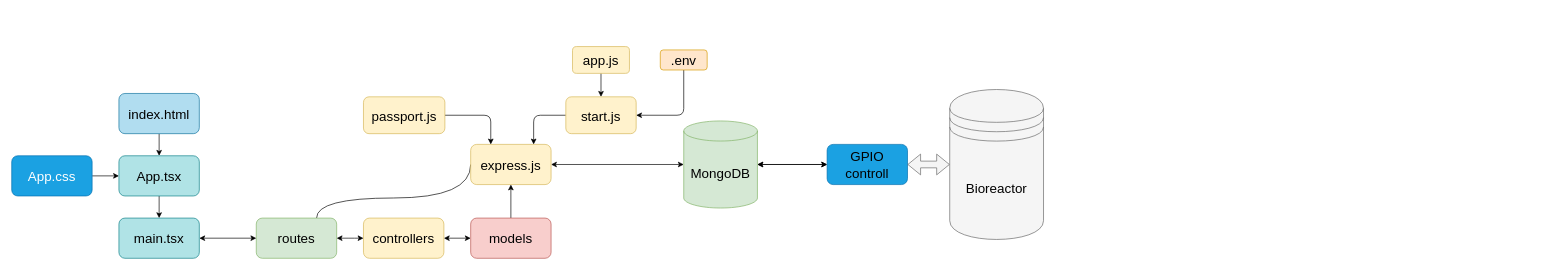
Before: blueprints/backendSoftwareDesign.drawio in MelcherMate/Bioversee_Webapp, a draw.io diagram. Source tidied: cells renumbered, new cells numbered last; positions are measured from the earlier drawing's top-left corner, leaving out a move shared by most shapes. Both pictures are drawn from the tidied source at 67%, with x=0, y=0 at pixel (11, 46).
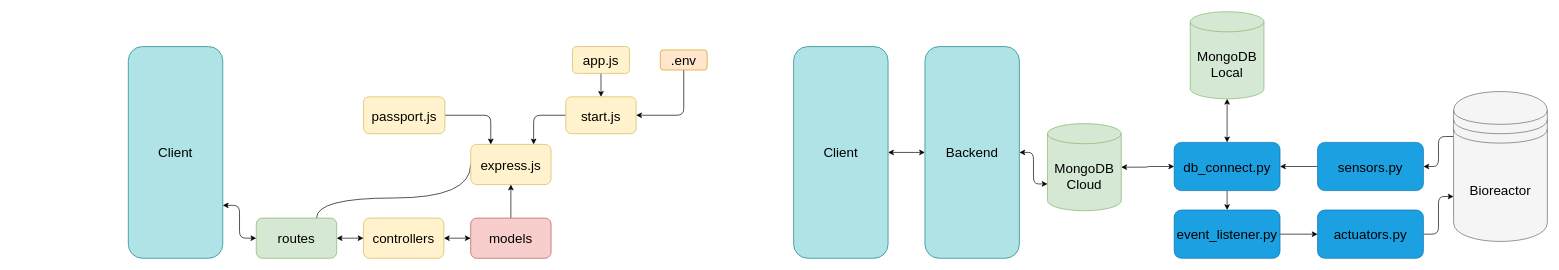
The same diagram, later.

Unchanged cells that the change refers to:
```xml
<mxCell id="4" value="express.js" style="rounded=1;whiteSpace=wrap;html=1;hachureGap=4;fontFamily=Helvetica;fontSize=20;labelBackgroundColor=none;shadow=0;fillColor=#fff2cc;strokeColor=#d6b656;fontColor=#000000;" parent="1" vertex="1">
  <mxGeometry x="685" y="146" width="120" height="60" as="geometry" />
</mxCell>
<mxCell id="18" value="routes" style="rounded=1;whiteSpace=wrap;html=1;hachureGap=4;fontFamily=Helvetica;fontSize=20;labelBackgroundColor=none;shadow=0;fillColor=#d5e8d4;strokeColor=#82b366;fontColor=#000000;" parent="1" vertex="1">
  <mxGeometry x="365" y="256" width="120" height="60" as="geometry" />
</mxCell>
```

What changed in the source:
```diff
@@
-    <mxCell id="3" style="edgeStyle=orthogonalEdgeStyle;html=1;exitX=1;exitY=0.5;exitDx=0;exitDy=0;entryX=0;entryY=0.5;entryDx=0;entryDy=0;entryPerimeter=0;strokeColor=#000000;fontColor=#000000;startArrow=classic;startFill=1;endArrow=classic;endFill=1;" parent="1" edge="1" source="4" target="12">
-      <mxGeometry relative="1" as="geometry" />
-    </mxCell>
@@
-    <mxCell id="11" style="edgeStyle=none;html=1;strokeColor=#000000;startArrow=classic;startFill=1;" parent="1" edge="1" source="12" target="20">
-      <mxGeometry relative="1" as="geometry" />
-    </mxCell>
+    <mxCell id="33" style="edgeStyle=orthogonalEdgeStyle;rounded=1;sketch=0;hachureGap=4;jiggle=2;curveFitting=1;html=1;exitX=1;exitY=0.5;exitDx=0;exitDy=0;exitPerimeter=0;entryX=0;entryY=0.5;entryDx=0;entryDy=0;strokeColor=#000000;fontFamily=Architects Daughter;fontSize=46;fontColor=#000000;startArrow=classic;startFill=1;" parent="1" edge="1" source="12" target="39">
+      <mxGeometry relative="1" as="geometry" />
+    </mxCell>
-    <mxCell id="12" value="MongoDB" style="shape=cylinder3;whiteSpace=wrap;html=1;boundedLbl=1;backgroundOutline=1;size=15;hachureGap=4;fontFamily=Helvetica;fontSize=20;labelBackgroundColor=none;shadow=0;fillColor=#d5e8d4;strokeColor=#82b366;fontColor=#000000;" parent="1" vertex="1">
-      <mxGeometry x="1003" y="111" width="110" height="130" as="geometry" />
+    <mxCell id="12" value="MongoDB Cloud" style="shape=cylinder3;whiteSpace=wrap;html=1;boundedLbl=1;backgroundOutline=1;size=15;hachureGap=4;fontFamily=Helvetica;fontSize=20;labelBackgroundColor=none;shadow=0;fillColor=#d5e8d4;strokeColor=#82b366;fontColor=#000000;" parent="1" vertex="1">
+      <mxGeometry x="1546" y="115" width="110" height="130" as="geometry" />
     </mxCell>
@@
+    <mxCell id="34" style="edgeStyle=orthogonalEdgeStyle;rounded=1;sketch=0;hachureGap=4;jiggle=2;curveFitting=1;html=1;exitX=0;exitY=0.5;exitDx=0;exitDy=0;entryX=1;entryY=0.75;entryDx=0;entryDy=0;strokeColor=#000000;fontFamily=Architects Daughter;fontSize=16;startArrow=classic;startFill=1;" parent="1" edge="1" source="18" target="26">
+      <mxGeometry relative="1" as="geometry" />
+    </mxCell>
@@
-    <mxCell id="19" style="edgeStyle=none;hachureGap=4;html=1;exitX=1;exitY=0.5;exitDx=0;exitDy=0;entryX=0;entryY=0.5;entryDx=0;entryDy=0;fontFamily=Helvetica;fontSize=16;startArrow=classic;startFill=1;fontColor=#000000;labelBackgroundColor=none;shadow=0;fillColor=#f5f5f5;strokeColor=#000000;exitPerimeter=0;" parent="1" edge="1" source="12" target="20">
-      <mxGeometry relative="1" as="geometry" />
-    </mxCell>
+    <mxCell id="35" style="edgeStyle=orthogonalEdgeStyle;rounded=1;sketch=0;hachureGap=4;jiggle=2;curveFitting=1;html=1;exitX=1;exitY=0.5;exitDx=0;exitDy=0;entryX=0;entryY=0.5;entryDx=0;entryDy=0;strokeColor=#000000;fontFamily=Architects Daughter;fontSize=16;" parent="1" edge="1" source="20" target="41">
+      <mxGeometry relative="1" as="geometry" />
+    </mxCell>
-    <mxCell id="20" value="GPIO controll" style="rounded=1;whiteSpace=wrap;html=1;hachureGap=4;fontFamily=Helvetica;fontSize=20;labelBackgroundColor=none;shadow=0;fillColor=#1ba1e2;strokeColor=#006EAF;fontColor=#000000;glass=0;" parent="1" vertex="1">
-      <mxGeometry x="1217" y="146" width="120" height="60" as="geometry" />
+    <mxCell id="20" value="event_listener.py" style="rounded=1;whiteSpace=wrap;html=1;hachureGap=4;fontFamily=Helvetica;fontSize=20;labelBackgroundColor=none;shadow=0;fillColor=#1ba1e2;strokeColor=#006EAF;fontColor=#000000;glass=0;" parent="1" vertex="1">
+      <mxGeometry x="1735" y="244" width="158" height="72" as="geometry" />
     </mxCell>
+    <mxCell id="36" style="edgeStyle=orthogonalEdgeStyle;rounded=1;sketch=0;hachureGap=4;jiggle=2;curveFitting=1;html=1;exitX=0;exitY=0.3;exitDx=0;exitDy=0;entryX=1;entryY=0.5;entryDx=0;entryDy=0;strokeColor=#000000;fontFamily=Architects Daughter;fontSize=16;" parent="1" edge="1" source="21" target="43">
+      <mxGeometry relative="1" as="geometry" />
+    </mxCell>
     <mxCell id="21" value="Bioreactor" style="shape=datastore;whiteSpace=wrap;html=1;hachureGap=4;fontFamily=Helvetica;fontSize=20;labelBackgroundColor=none;shadow=0;fillColor=#f5f5f5;strokeColor=#666666;fontColor=#000000;" parent="1" vertex="1">
-      <mxGeometry x="1400" y="64.1" width="140" height="223.8" as="geometry" />
+      <mxGeometry x="2152" y="67.1" width="140" height="223.8" as="geometry" />
     </mxCell>
-    <mxCell id="22" style="shape=flexArrow;endArrow=classic;html=1;hachureGap=4;fontFamily=Helvetica;fontSize=16;exitX=1;exitY=0.5;exitDx=0;exitDy=0;entryX=0;entryY=0.5;entryDx=0;entryDy=0;fontColor=#000000;labelBackgroundColor=none;shadow=0;fillColor=#f5f5f5;strokeColor=#666666;startArrow=block;" parent="1" edge="1" source="20" target="21">
-      <mxGeometry relative="1" as="geometry" />
-    </mxCell>
-    <mxCell id="23" style="edgeStyle=none;html=1;exitX=0.5;exitY=1;exitDx=0;exitDy=0;entryX=0.5;entryY=0;entryDx=0;entryDy=0;strokeColor=#000000;" parent="1" edge="1" source="24" target="30">
-      <mxGeometry relative="1" as="geometry" />
-    </mxCell>
-    <mxCell id="24" value="index.html" style="rounded=1;whiteSpace=wrap;html=1;hachureGap=4;fontFamily=Helvetica;fontSize=20;labelBackgroundColor=none;shadow=0;fillColor=#b1ddf0;strokeColor=#10739e;fontColor=#000000;" parent="1" vertex="1">
-      <mxGeometry x="160" y="70" width="120" height="60" as="geometry" />
-    </mxCell>
-    <mxCell id="25" style="edgeStyle=none;html=1;exitX=1;exitY=0.5;exitDx=0;exitDy=0;entryX=0;entryY=0.5;entryDx=0;entryDy=0;strokeColor=#000000;startArrow=classic;startFill=1;" parent="1" edge="1" source="26" target="18">
-      <mxGeometry relative="1" as="geometry" />
-    </mxCell>
-    <mxCell id="26" value="main.tsx" style="rounded=1;whiteSpace=wrap;html=1;hachureGap=4;fontFamily=Helvetica;fontSize=20;labelBackgroundColor=none;shadow=0;fillColor=#b0e3e6;strokeColor=#0e8088;fontColor=#000000;" parent="1" vertex="1">
-      <mxGeometry x="160" y="256" width="120" height="60" as="geometry" />
+    <mxCell id="26" value="Client" style="rounded=1;whiteSpace=wrap;html=1;hachureGap=4;fontFamily=Helvetica;fontSize=20;labelBackgroundColor=none;shadow=0;fillColor=#b0e3e6;strokeColor=#0e8088;fontColor=#000000;" parent="1" vertex="1">
+      <mxGeometry x="174" width="141" height="316" as="geometry" />
     </mxCell>
-    <mxCell id="27" style="edgeStyle=none;html=1;exitX=1;exitY=0.5;exitDx=0;exitDy=0;entryX=0;entryY=0.5;entryDx=0;entryDy=0;strokeColor=#000000;" parent="1" edge="1" source="28" target="30">
-      <mxGeometry relative="1" as="geometry" />
-    </mxCell>
-    <mxCell id="28" value="App.css" style="rounded=1;whiteSpace=wrap;html=1;hachureGap=4;fontFamily=Helvetica;fontSize=20;labelBackgroundColor=none;shadow=0;fillColor=#1ba1e2;strokeColor=#006EAF;fontColor=#ffffff;" parent="1" vertex="1">
-      <mxGeometry y="163" width="120" height="60" as="geometry" />
-    </mxCell>
-    <mxCell id="29" style="edgeStyle=none;html=1;exitX=0.5;exitY=1;exitDx=0;exitDy=0;entryX=0.5;entryY=0;entryDx=0;entryDy=0;strokeColor=#000000;" parent="1" edge="1" source="30" target="26">
-      <mxGeometry relative="1" as="geometry" />
-    </mxCell>
-    <mxCell id="30" value="App.tsx" style="rounded=1;whiteSpace=wrap;html=1;hachureGap=4;fontFamily=Helvetica;fontSize=20;labelBackgroundColor=none;shadow=0;fillColor=#b0e3e6;strokeColor=#0e8088;fontColor=#000000;" parent="1" vertex="1">
-      <mxGeometry x="160" y="163" width="120" height="60" as="geometry" />
-    </mxCell>
@@
+    <mxCell id="37" style="edgeStyle=none;rounded=1;sketch=0;hachureGap=4;jiggle=2;curveFitting=1;html=1;exitX=0.5;exitY=1;exitDx=0;exitDy=0;entryX=0.5;entryY=0;entryDx=0;entryDy=0;strokeColor=#000000;fontFamily=Architects Daughter;fontSize=16;" parent="1" edge="1" source="39" target="20">
+      <mxGeometry relative="1" as="geometry" />
+    </mxCell>
+    <mxCell id="38" style="edgeStyle=orthogonalEdgeStyle;rounded=1;sketch=0;hachureGap=4;jiggle=2;curveFitting=1;html=1;exitX=0.5;exitY=0;exitDx=0;exitDy=0;entryX=0.5;entryY=1;entryDx=0;entryDy=0;entryPerimeter=0;strokeColor=#000000;fontFamily=Architects Daughter;fontSize=16;startArrow=classic;startFill=1;" parent="1" edge="1" source="39" target="44">
+      <mxGeometry relative="1" as="geometry" />
+    </mxCell>
+    <mxCell id="39" value="db_connect.py" style="rounded=1;whiteSpace=wrap;html=1;hachureGap=4;fontFamily=Helvetica;fontSize=20;labelBackgroundColor=none;shadow=0;fillColor=#1ba1e2;strokeColor=#006EAF;fontColor=#000000;glass=0;" parent="1" vertex="1">
+      <mxGeometry x="1735" y="143" width="158" height="72" as="geometry" />
+    </mxCell>
+    <mxCell id="40" style="edgeStyle=orthogonalEdgeStyle;rounded=1;sketch=0;hachureGap=4;jiggle=2;curveFitting=1;html=1;exitX=1;exitY=0.5;exitDx=0;exitDy=0;entryX=0;entryY=0.7;entryDx=0;entryDy=0;strokeColor=#000000;fontFamily=Architects Daughter;fontSize=16;" parent="1" edge="1" source="41" target="21">
+      <mxGeometry relative="1" as="geometry" />
+    </mxCell>
+    <mxCell id="41" value="actuators.py" style="rounded=1;whiteSpace=wrap;html=1;hachureGap=4;fontFamily=Helvetica;fontSize=20;labelBackgroundColor=none;shadow=0;fillColor=#1ba1e2;strokeColor=#006EAF;fontColor=#000000;glass=0;" parent="1" vertex="1">
+      <mxGeometry x="1949" y="244" width="158" height="72" as="geometry" />
+    </mxCell>
+    <mxCell id="42" style="edgeStyle=orthogonalEdgeStyle;rounded=1;sketch=0;hachureGap=4;jiggle=2;curveFitting=1;html=1;exitX=0;exitY=0.5;exitDx=0;exitDy=0;entryX=1;entryY=0.5;entryDx=0;entryDy=0;strokeColor=#000000;fontFamily=Architects Daughter;fontSize=16;" parent="1" edge="1" source="43" target="39">
+      <mxGeometry relative="1" as="geometry" />
+    </mxCell>
+    <mxCell id="43" value="sensors.py" style="rounded=1;whiteSpace=wrap;html=1;hachureGap=4;fontFamily=Helvetica;fontSize=20;labelBackgroundColor=none;shadow=0;fillColor=#1ba1e2;strokeColor=#006EAF;fontColor=#000000;glass=0;" parent="1" vertex="1">
+      <mxGeometry x="1949" y="143" width="158" height="72" as="geometry" />
+    </mxCell>
+    <mxCell id="44" value="MongoDB Local" style="shape=cylinder3;whiteSpace=wrap;html=1;boundedLbl=1;backgroundOutline=1;size=15;hachureGap=4;fontFamily=Helvetica;fontSize=20;labelBackgroundColor=none;shadow=0;fillColor=#d5e8d4;strokeColor=#82b366;fontColor=#000000;" parent="1" vertex="1">
+      <mxGeometry x="1759" y="-52" width="110" height="130" as="geometry" />
+    </mxCell>
+    <mxCell id="45" style="edgeStyle=orthogonalEdgeStyle;rounded=1;sketch=0;hachureGap=4;jiggle=2;curveFitting=1;html=1;exitX=1;exitY=0.5;exitDx=0;exitDy=0;entryX=0;entryY=0.5;entryDx=0;entryDy=0;strokeColor=#000000;fontFamily=Architects Daughter;fontSize=46;fontColor=#000000;startArrow=classic;startFill=1;" parent="1" edge="1" source="46" target="48">
+      <mxGeometry relative="1" as="geometry" />
+    </mxCell>
+    <mxCell id="46" value="Client" style="rounded=1;whiteSpace=wrap;html=1;hachureGap=4;fontFamily=Helvetica;fontSize=20;labelBackgroundColor=none;shadow=0;fillColor=#b0e3e6;strokeColor=#0e8088;fontColor=#000000;" parent="1" vertex="1">
+      <mxGeometry x="1167" width="141" height="316" as="geometry" />
+    </mxCell>
+    <mxCell id="47" style="edgeStyle=orthogonalEdgeStyle;rounded=1;sketch=0;hachureGap=4;jiggle=2;curveFitting=1;html=1;exitX=1;exitY=0.5;exitDx=0;exitDy=0;entryX=0;entryY=0;entryDx=0;entryDy=90;entryPerimeter=0;strokeColor=#000000;fontFamily=Architects Daughter;fontSize=46;fontColor=#000000;startArrow=classic;startFill=1;" parent="1" edge="1" source="48" target="12">
+      <mxGeometry relative="1" as="geometry" />
+    </mxCell>
+    <mxCell id="48" value="Backend" style="rounded=1;whiteSpace=wrap;html=1;hachureGap=4;fontFamily=Helvetica;fontSize=20;labelBackgroundColor=none;shadow=0;fillColor=#b0e3e6;strokeColor=#0e8088;fontColor=#000000;" parent="1" vertex="1">
+      <mxGeometry x="1363" width="141" height="316" as="geometry" />
+    </mxCell>
```
